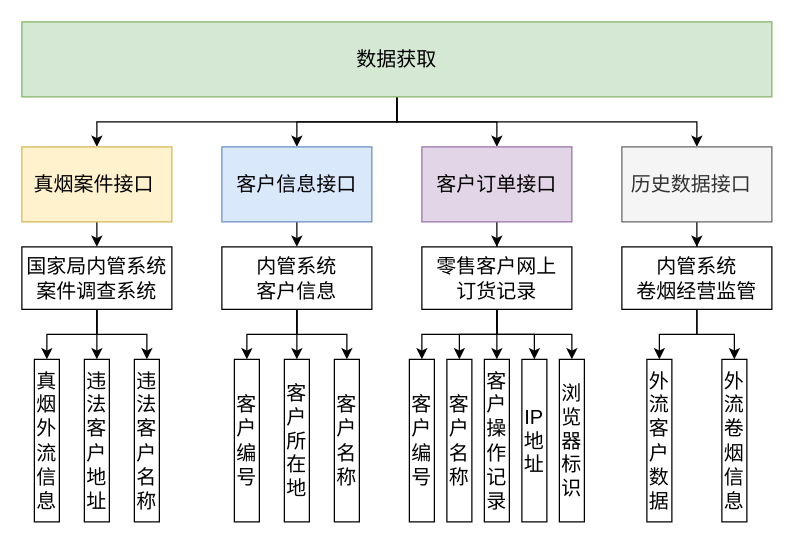
The draw.io diagram page "Page-2" (2 of 3) of 大户模块和接口.drawio in 1009351456/Anonymous, before the edit. Source tidied: cells renumbered, new cells numbered last; positions are measured from the earlier drawing's top-left corner, leaving out a move shared by most shapes. Both pictures are drawn from the tidied source at 125%, with x=0, y=0 at pixel (21, 21).
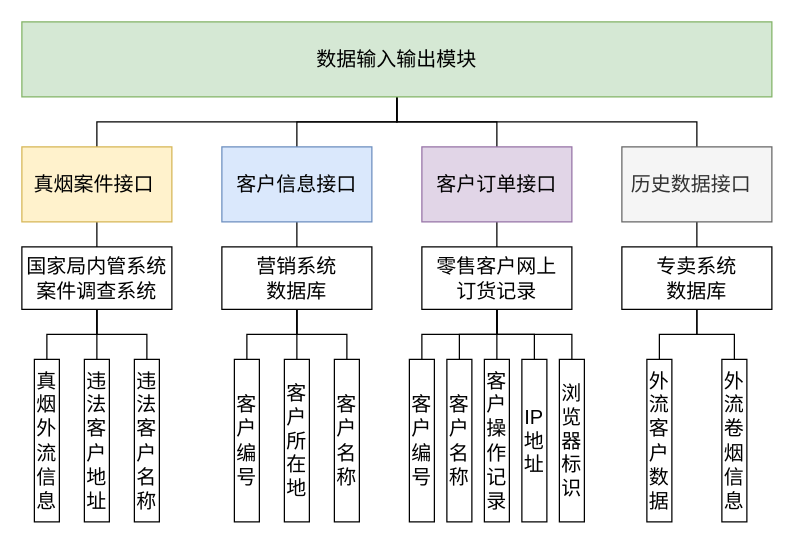
Above is the later version.

Unchanged cells that the change refers to:
```xml
<mxCell id="8" value="客户信息接口" style="rounded=0;whiteSpace=wrap;html=1;fillColor=#dae8fc;fontSize=16;strokeColor=#6c8ebf;" parent="1" vertex="1">
  <mxGeometry x="160" y="100" width="120" height="60" as="geometry" />
</mxCell>
<mxCell id="9" value="客户编号" style="rounded=0;whiteSpace=wrap;html=1;fillColor=none;fontSize=16;" parent="1" vertex="1">
  <mxGeometry x="170" y="270" width="20" height="130" as="geometry" />
</mxCell>
<mxCell id="11" value="历史数据接口&amp;nbsp;&amp;nbsp;" style="rounded=0;whiteSpace=wrap;html=1;fillColor=#f5f5f5;fontSize=16;strokeColor=#666666;fontColor=#333333;" parent="1" vertex="1">
  <mxGeometry x="480" y="100" width="120" height="60" as="geometry" />
</mxCell>
<mxCell id="13" value="真烟案件接口&amp;nbsp;" style="rounded=0;whiteSpace=wrap;html=1;fillColor=#fff2cc;fontSize=16;strokeColor=#d6b656;" parent="1" vertex="1">
  <mxGeometry y="100" width="120" height="60" as="geometry" />
</mxCell>
<mxCell id="14" value="真烟外流信息" style="rounded=0;whiteSpace=wrap;html=1;fillColor=none;fontSize=16;" parent="1" vertex="1">
  <mxGeometry x="10" y="270" width="20" height="130" as="geometry" />
</mxCell>
<mxCell id="15" value="客户所在地" style="rounded=0;whiteSpace=wrap;html=1;fillColor=none;fontSize=16;" parent="1" vertex="1">
  <mxGeometry x="210" y="270" width="20" height="130" as="geometry" />
</mxCell>
<mxCell id="16" value="客户名称" style="rounded=0;whiteSpace=wrap;html=1;fillColor=none;fontSize=16;" parent="1" vertex="1">
  <mxGeometry x="250" y="270" width="20" height="130" as="geometry" />
</mxCell>
<mxCell id="17" value="违法客户地址" style="rounded=0;whiteSpace=wrap;html=1;fillColor=none;fontSize=16;" parent="1" vertex="1">
  <mxGeometry x="50" y="270" width="20" height="130" as="geometry" />
</mxCell>
<mxCell id="18" value="违法客户名称" style="rounded=0;whiteSpace=wrap;html=1;fillColor=none;fontSize=16;" parent="1" vertex="1">
  <mxGeometry x="90" y="270" width="20" height="130" as="geometry" />
</mxCell>
<mxCell id="22" value="国家局内管系统&lt;br&gt;案件调查系统" style="rounded=0;whiteSpace=wrap;html=1;fillColor=none;fontSize=16;" parent="1" vertex="1">
  <mxGeometry y="180" width="120" height="50" as="geometry" />
</mxCell>
<mxCell id="28" value="客户订单接口" style="rounded=0;whiteSpace=wrap;html=1;fillColor=#e1d5e7;fontSize=16;strokeColor=#9673a6;" parent="1" vertex="1">
  <mxGeometry x="320" y="100" width="120" height="60" as="geometry" />
</mxCell>
<mxCell id="29" value="客户编号" style="rounded=0;whiteSpace=wrap;html=1;fillColor=none;fontSize=16;" parent="1" vertex="1">
  <mxGeometry x="310" y="270" width="20" height="130" as="geometry" />
</mxCell>
<mxCell id="35" value="零售客户网上&lt;br&gt;订货记录" style="rounded=0;whiteSpace=wrap;html=1;fillColor=none;fontSize=16;" parent="1" vertex="1">
  <mxGeometry x="320" y="180" width="120" height="50" as="geometry" />
</mxCell>
<mxCell id="36" value="客户名称" style="rounded=0;whiteSpace=wrap;html=1;fillColor=none;fontSize=16;" parent="1" vertex="1">
  <mxGeometry x="340" y="270" width="20" height="130" as="geometry" />
</mxCell>
<mxCell id="37" value="客户操作记录" style="rounded=0;whiteSpace=wrap;html=1;fillColor=none;fontSize=16;" parent="1" vertex="1">
  <mxGeometry x="370" y="270" width="20" height="130" as="geometry" />
</mxCell>
<mxCell id="38" value="IP地址" style="rounded=0;whiteSpace=wrap;html=1;fillColor=none;fontSize=16;" parent="1" vertex="1">
  <mxGeometry x="400" y="270" width="20" height="130" as="geometry" />
</mxCell>
<mxCell id="39" value="浏览器标识" style="rounded=0;whiteSpace=wrap;html=1;fillColor=none;fontSize=16;" parent="1" vertex="1">
  <mxGeometry x="430" y="270" width="20" height="130" as="geometry" />
</mxCell>
<mxCell id="43" value="外流客户数据" style="rounded=0;whiteSpace=wrap;html=1;fillColor=none;fontSize=16;" parent="1" vertex="1">
  <mxGeometry x="500" y="270" width="20" height="130" as="geometry" />
</mxCell>
<mxCell id="44" value="外流卷烟信息" style="rounded=0;whiteSpace=wrap;html=1;fillColor=none;fontSize=16;" parent="1" vertex="1">
  <mxGeometry x="560" y="270" width="20" height="130" as="geometry" />
</mxCell>
```

What changed in the source:
```diff
@@
-    <mxCell id="2" style="edgeStyle=orthogonalEdgeStyle;rounded=0;jettySize=auto;html=1;exitX=0.5;exitY=1;exitDx=0;exitDy=0;entryX=0.5;entryY=0;entryDx=0;entryDy=0;endArrow=classic;endFill=1;fontSize=16;" parent="1" edge="1" source="6" target="13">
+    <mxCell id="2" style="edgeStyle=orthogonalEdgeStyle;rounded=0;jettySize=auto;html=1;exitX=0.5;exitY=1;exitDx=0;exitDy=0;entryX=0.5;entryY=0;entryDx=0;entryDy=0;endArrow=none;endFill=0;fontSize=16;" parent="1" edge="1" source="6" target="13">
       <mxGeometry relative="1" as="geometry" />
     </mxCell>
-    <mxCell id="3" style="edgeStyle=orthogonalEdgeStyle;rounded=0;jettySize=auto;html=1;exitX=0.5;exitY=1;exitDx=0;exitDy=0;entryX=0.5;entryY=0;entryDx=0;entryDy=0;endArrow=classic;endFill=1;fontSize=16;" parent="1" edge="1" source="6" target="8">
+    <mxCell id="3" style="edgeStyle=orthogonalEdgeStyle;rounded=0;jettySize=auto;html=1;exitX=0.5;exitY=1;exitDx=0;exitDy=0;entryX=0.5;entryY=0;entryDx=0;entryDy=0;endArrow=none;endFill=0;fontSize=16;" parent="1" edge="1" source="6" target="8">
       <mxGeometry relative="1" as="geometry" />
     </mxCell>
-    <mxCell id="4" style="edgeStyle=orthogonalEdgeStyle;rounded=0;jettySize=auto;html=1;exitX=0.5;exitY=1;exitDx=0;exitDy=0;entryX=0.5;entryY=0;entryDx=0;entryDy=0;endArrow=classic;endFill=1;fontSize=16;" parent="1" edge="1" source="6" target="28">
+    <mxCell id="4" style="edgeStyle=orthogonalEdgeStyle;rounded=0;jettySize=auto;html=1;exitX=0.5;exitY=1;exitDx=0;exitDy=0;entryX=0.5;entryY=0;entryDx=0;entryDy=0;endArrow=none;endFill=0;fontSize=16;" parent="1" edge="1" source="6" target="28">
       <mxGeometry relative="1" as="geometry" />
     </mxCell>
-    <mxCell id="5" style="edgeStyle=orthogonalEdgeStyle;rounded=0;jettySize=auto;html=1;exitX=0.5;exitY=1;exitDx=0;exitDy=0;entryX=0.5;entryY=0;entryDx=0;entryDy=0;endArrow=classic;endFill=1;fontSize=16;" parent="1" edge="1" source="6" target="11">
+    <mxCell id="5" style="edgeStyle=orthogonalEdgeStyle;rounded=0;jettySize=auto;html=1;exitX=0.5;exitY=1;exitDx=0;exitDy=0;entryX=0.5;entryY=0;entryDx=0;entryDy=0;endArrow=none;endFill=0;fontSize=16;" parent="1" edge="1" source="6" target="11">
       <mxGeometry relative="1" as="geometry" />
     </mxCell>
-    <mxCell id="6" value="数据获取" style="rounded=0;whiteSpace=wrap;html=1;fillColor=#d5e8d4;fontSize=16;strokeColor=#82b366;" parent="1" vertex="1">
+    <mxCell id="6" value="数据输入输出模块" style="rounded=0;whiteSpace=wrap;html=1;fillColor=#d5e8d4;fontSize=16;strokeColor=#82b366;" parent="1" vertex="1">
       <mxGeometry width="600" height="60" as="geometry" />
     </mxCell>
-    <mxCell id="7" style="edgeStyle=orthogonalEdgeStyle;rounded=0;jettySize=auto;html=1;exitX=0.5;exitY=1;exitDx=0;exitDy=0;entryX=0.5;entryY=0;entryDx=0;entryDy=0;endArrow=classic;endFill=1;fontSize=16;" parent="1" edge="1" source="8" target="26">
+    <mxCell id="7" style="edgeStyle=orthogonalEdgeStyle;rounded=0;jettySize=auto;html=1;exitX=0.5;exitY=1;exitDx=0;exitDy=0;entryX=0.5;entryY=0;entryDx=0;entryDy=0;endArrow=none;endFill=0;fontSize=16;" parent="1" edge="1" source="8" target="26">
       <mxGeometry relative="1" as="geometry" />
     </mxCell>
@@
-    <mxCell id="10" style="edgeStyle=orthogonalEdgeStyle;rounded=0;jettySize=auto;html=1;exitX=0.5;exitY=1;exitDx=0;exitDy=0;endArrow=classic;endFill=1;fontSize=16;" parent="1" edge="1" source="11" target="42">
+    <mxCell id="10" style="edgeStyle=orthogonalEdgeStyle;rounded=0;jettySize=auto;html=1;exitX=0.5;exitY=1;exitDx=0;exitDy=0;endArrow=none;endFill=0;fontSize=16;" parent="1" edge="1" source="11" target="42">
       <mxGeometry relative="1" as="geometry" />
     </mxCell>
@@
-    <mxCell id="12" style="edgeStyle=orthogonalEdgeStyle;rounded=0;jettySize=auto;html=1;exitX=0.5;exitY=1;exitDx=0;exitDy=0;entryX=0.5;entryY=0;entryDx=0;entryDy=0;endArrow=classic;endFill=1;fontSize=16;" parent="1" edge="1" source="13" target="22">
+    <mxCell id="12" style="edgeStyle=orthogonalEdgeStyle;rounded=0;jettySize=auto;html=1;exitX=0.5;exitY=1;exitDx=0;exitDy=0;entryX=0.5;entryY=0;entryDx=0;entryDy=0;endArrow=none;endFill=0;fontSize=16;" parent="1" edge="1" source="13" target="22">
       <mxGeometry relative="1" as="geometry" />
     </mxCell>
@@
-    <mxCell id="19" style="edgeStyle=orthogonalEdgeStyle;rounded=0;jettySize=auto;html=1;exitX=0.5;exitY=1;exitDx=0;exitDy=0;entryX=0.5;entryY=0;entryDx=0;entryDy=0;endArrow=classic;endFill=1;fontSize=16;" parent="1" edge="1" source="22" target="14">
+    <mxCell id="19" style="edgeStyle=orthogonalEdgeStyle;rounded=0;jettySize=auto;html=1;exitX=0.5;exitY=1;exitDx=0;exitDy=0;entryX=0.5;entryY=0;entryDx=0;entryDy=0;endArrow=none;endFill=0;fontSize=16;" parent="1" edge="1" source="22" target="14">
       <mxGeometry relative="1" as="geometry" />
     </mxCell>
-    <mxCell id="20" style="edgeStyle=orthogonalEdgeStyle;rounded=0;jettySize=auto;html=1;exitX=0.5;exitY=1;exitDx=0;exitDy=0;entryX=0.5;entryY=0;entryDx=0;entryDy=0;endArrow=classic;endFill=1;fontSize=16;" parent="1" edge="1" source="22" target="17">
+    <mxCell id="20" style="edgeStyle=orthogonalEdgeStyle;rounded=0;jettySize=auto;html=1;exitX=0.5;exitY=1;exitDx=0;exitDy=0;entryX=0.5;entryY=0;entryDx=0;entryDy=0;endArrow=none;endFill=0;fontSize=16;" parent="1" edge="1" source="22" target="17">
       <mxGeometry relative="1" as="geometry" />
     </mxCell>
-    <mxCell id="21" style="edgeStyle=orthogonalEdgeStyle;rounded=0;jettySize=auto;html=1;exitX=0.5;exitY=1;exitDx=0;exitDy=0;entryX=0.5;entryY=0;entryDx=0;entryDy=0;endArrow=classic;endFill=1;fontSize=16;" parent="1" edge="1" source="22" target="18">
+    <mxCell id="21" style="edgeStyle=orthogonalEdgeStyle;rounded=0;jettySize=auto;html=1;exitX=0.5;exitY=1;exitDx=0;exitDy=0;entryX=0.5;entryY=0;entryDx=0;entryDy=0;endArrow=none;endFill=0;fontSize=16;" parent="1" edge="1" source="22" target="18">
       <mxGeometry relative="1" as="geometry" />
     </mxCell>
@@
-    <mxCell id="23" style="edgeStyle=orthogonalEdgeStyle;rounded=0;jettySize=auto;html=1;exitX=0.5;exitY=1;exitDx=0;exitDy=0;entryX=0.5;entryY=0;entryDx=0;entryDy=0;endArrow=classic;endFill=1;fontSize=16;" parent="1" edge="1" source="26" target="9">
+    <mxCell id="23" style="edgeStyle=orthogonalEdgeStyle;rounded=0;jettySize=auto;html=1;exitX=0.5;exitY=1;exitDx=0;exitDy=0;entryX=0.5;entryY=0;entryDx=0;entryDy=0;endArrow=none;endFill=0;fontSize=16;" parent="1" edge="1" source="26" target="9">
       <mxGeometry relative="1" as="geometry" />
     </mxCell>
-    <mxCell id="24" style="edgeStyle=orthogonalEdgeStyle;rounded=0;jettySize=auto;html=1;exitX=0.5;exitY=1;exitDx=0;exitDy=0;entryX=0.5;entryY=0;entryDx=0;entryDy=0;endArrow=classic;endFill=1;fontSize=16;" parent="1" edge="1" source="26" target="15">
+    <mxCell id="24" style="edgeStyle=orthogonalEdgeStyle;rounded=0;jettySize=auto;html=1;exitX=0.5;exitY=1;exitDx=0;exitDy=0;entryX=0.5;entryY=0;entryDx=0;entryDy=0;endArrow=none;endFill=0;fontSize=16;" parent="1" edge="1" source="26" target="15">
       <mxGeometry relative="1" as="geometry" />
     </mxCell>
-    <mxCell id="25" style="edgeStyle=orthogonalEdgeStyle;rounded=0;jettySize=auto;html=1;exitX=0.5;exitY=1;exitDx=0;exitDy=0;entryX=0.5;entryY=0;entryDx=0;entryDy=0;endArrow=classic;endFill=1;fontSize=16;" parent="1" edge="1" source="26" target="16">
+    <mxCell id="25" style="edgeStyle=orthogonalEdgeStyle;rounded=0;jettySize=auto;html=1;exitX=0.5;exitY=1;exitDx=0;exitDy=0;entryX=0.5;entryY=0;entryDx=0;entryDy=0;endArrow=none;endFill=0;fontSize=16;" parent="1" edge="1" source="26" target="16">
       <mxGeometry relative="1" as="geometry" />
     </mxCell>
-    <mxCell id="26" value="内管系统&lt;br&gt;客户信息" style="rounded=0;whiteSpace=wrap;html=1;fillColor=none;fontSize=16;" parent="1" vertex="1">
+    <mxCell id="26" value="营销系统&lt;br&gt;数据库" style="rounded=0;whiteSpace=wrap;html=1;fillColor=none;fontSize=16;" parent="1" vertex="1">
       <mxGeometry x="160" y="180" width="120" height="50" as="geometry" />
     </mxCell>
-    <mxCell id="27" style="edgeStyle=orthogonalEdgeStyle;rounded=0;jettySize=auto;html=1;exitX=0.5;exitY=1;exitDx=0;exitDy=0;endArrow=classic;endFill=1;fontSize=16;" parent="1" edge="1" source="28" target="35">
+    <mxCell id="27" style="edgeStyle=orthogonalEdgeStyle;rounded=0;jettySize=auto;html=1;exitX=0.5;exitY=1;exitDx=0;exitDy=0;endArrow=none;endFill=0;fontSize=16;" parent="1" edge="1" source="28" target="35">
       <mxGeometry relative="1" as="geometry" />
     </mxCell>
@@
-    <mxCell id="30" style="edgeStyle=orthogonalEdgeStyle;rounded=0;jettySize=auto;html=1;exitX=0.5;exitY=1;exitDx=0;exitDy=0;entryX=0.5;entryY=0;entryDx=0;entryDy=0;endArrow=classic;endFill=1;fontSize=16;" parent="1" edge="1" source="35" target="29">
+    <mxCell id="30" style="edgeStyle=orthogonalEdgeStyle;rounded=0;jettySize=auto;html=1;exitX=0.5;exitY=1;exitDx=0;exitDy=0;entryX=0.5;entryY=0;entryDx=0;entryDy=0;endArrow=none;endFill=0;fontSize=16;" parent="1" edge="1" source="35" target="29">
       <mxGeometry relative="1" as="geometry" />
     </mxCell>
-    <mxCell id="31" style="edgeStyle=orthogonalEdgeStyle;rounded=0;jettySize=auto;html=1;exitX=0.5;exitY=1;exitDx=0;exitDy=0;entryX=0.5;entryY=0;entryDx=0;entryDy=0;endArrow=classic;endFill=1;fontSize=16;" parent="1" edge="1" source="35" target="36">
+    <mxCell id="31" style="edgeStyle=orthogonalEdgeStyle;rounded=0;jettySize=auto;html=1;exitX=0.5;exitY=1;exitDx=0;exitDy=0;entryX=0.5;entryY=0;entryDx=0;entryDy=0;endArrow=none;endFill=0;fontSize=16;" parent="1" edge="1" source="35" target="36">
       <mxGeometry relative="1" as="geometry" />
     </mxCell>
-    <mxCell id="32" style="edgeStyle=orthogonalEdgeStyle;rounded=0;jettySize=auto;html=1;exitX=0.5;exitY=1;exitDx=0;exitDy=0;entryX=0.5;entryY=0;entryDx=0;entryDy=0;endArrow=classic;endFill=1;fontSize=16;" parent="1" edge="1" source="35" target="37">
+    <mxCell id="32" style="edgeStyle=orthogonalEdgeStyle;rounded=0;jettySize=auto;html=1;exitX=0.5;exitY=1;exitDx=0;exitDy=0;entryX=0.5;entryY=0;entryDx=0;entryDy=0;endArrow=none;endFill=0;fontSize=16;" parent="1" edge="1" source="35" target="37">
       <mxGeometry relative="1" as="geometry" />
     </mxCell>
-    <mxCell id="33" style="edgeStyle=orthogonalEdgeStyle;rounded=0;jettySize=auto;html=1;exitX=0.5;exitY=1;exitDx=0;exitDy=0;entryX=0.5;entryY=0;entryDx=0;entryDy=0;endArrow=classic;endFill=1;fontSize=16;" parent="1" edge="1" source="35" target="38">
+    <mxCell id="33" style="edgeStyle=orthogonalEdgeStyle;rounded=0;jettySize=auto;html=1;exitX=0.5;exitY=1;exitDx=0;exitDy=0;entryX=0.5;entryY=0;entryDx=0;entryDy=0;endArrow=none;endFill=0;fontSize=16;" parent="1" edge="1" source="35" target="38">
       <mxGeometry relative="1" as="geometry" />
     </mxCell>
-    <mxCell id="34" style="edgeStyle=orthogonalEdgeStyle;rounded=0;jettySize=auto;html=1;exitX=0.5;exitY=1;exitDx=0;exitDy=0;entryX=0.5;entryY=0;entryDx=0;entryDy=0;endArrow=classic;endFill=1;fontSize=16;" parent="1" edge="1" source="35" target="39">
+    <mxCell id="34" style="edgeStyle=orthogonalEdgeStyle;rounded=0;jettySize=auto;html=1;exitX=0.5;exitY=1;exitDx=0;exitDy=0;entryX=0.5;entryY=0;entryDx=0;entryDy=0;endArrow=none;endFill=0;fontSize=16;" parent="1" edge="1" source="35" target="39">
       <mxGeometry relative="1" as="geometry" />
     </mxCell>
@@
-    <mxCell id="40" style="edgeStyle=orthogonalEdgeStyle;rounded=0;jettySize=auto;html=1;exitX=0.5;exitY=1;exitDx=0;exitDy=0;entryX=0.5;entryY=0;entryDx=0;entryDy=0;endArrow=classic;endFill=1;fontSize=16;" parent="1" edge="1" source="42" target="43">
+    <mxCell id="40" style="edgeStyle=orthogonalEdgeStyle;rounded=0;jettySize=auto;html=1;exitX=0.5;exitY=1;exitDx=0;exitDy=0;entryX=0.5;entryY=0;entryDx=0;entryDy=0;endArrow=none;endFill=0;fontSize=16;" parent="1" edge="1" source="42" target="43">
       <mxGeometry relative="1" as="geometry" />
     </mxCell>
-    <mxCell id="41" style="edgeStyle=orthogonalEdgeStyle;rounded=0;jettySize=auto;html=1;exitX=0.5;exitY=1;exitDx=0;exitDy=0;entryX=0.5;entryY=0;entryDx=0;entryDy=0;endArrow=classic;endFill=1;fontSize=16;" parent="1" edge="1" source="42" target="44">
+    <mxCell id="41" style="edgeStyle=orthogonalEdgeStyle;rounded=0;jettySize=auto;html=1;exitX=0.5;exitY=1;exitDx=0;exitDy=0;entryX=0.5;entryY=0;entryDx=0;entryDy=0;endArrow=none;endFill=0;fontSize=16;" parent="1" edge="1" source="42" target="44">
       <mxGeometry relative="1" as="geometry" />
     </mxCell>
-    <mxCell id="42" value="内管系统&lt;br&gt;卷烟经营监管" style="rounded=0;whiteSpace=wrap;html=1;fillColor=none;fontSize=16;" parent="1" vertex="1">
+    <mxCell id="42" value="专卖系统&lt;br&gt;数据库" style="rounded=0;whiteSpace=wrap;html=1;fillColor=none;fontSize=16;" parent="1" vertex="1">
       <mxGeometry x="480" y="180" width="120" height="50" as="geometry" />
     </mxCell>
```
